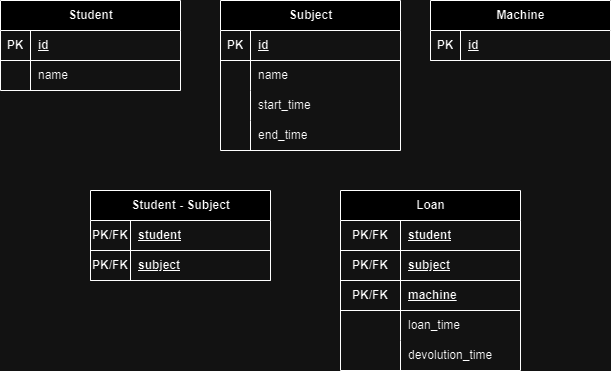
olucascruz/control_equip keeps this draw.io diagram as docs/modeloRelacional.drawio.png. Above is the earlier version. Source tidied: cells renumbered, new cells last; positions are measured from the earlier drawing's top-left corner, leaving out a move shared by most shapes. The source it was exported from:
```xml
<mxGraphModel>
  <root>
    <mxCell id="0" />
    <mxCell id="1" parent="0" />
    <mxCell id="2" value="Student" style="shape=table;startSize=30;rowLines=0;fontStyle=1;align=center;html=1;" parent="1" vertex="1">
      <mxGeometry width="180" height="90" as="geometry" />
    </mxCell>
    <mxCell id="3" style="shape=tableRow;horizontal=0;startSize=0;swimlaneHead=0;swimlaneBody=0;fillColor=none;top=0;left=0;right=0;bottom=1;" parent="2" vertex="1">
      <mxGeometry y="30" width="180" height="30" as="geometry" />
    </mxCell>
    <mxCell id="4" value="PK" style="shape=partialRectangle;fillColor=none;top=0;left=0;bottom=0;right=0;fontStyle=1;overflow=hidden;whiteSpace=wrap;html=1;" parent="3" vertex="1">
      <mxGeometry width="30" height="30" as="geometry" />
    </mxCell>
    <mxCell id="5" value="id" style="shape=partialRectangle;fillColor=none;top=0;left=0;bottom=0;right=0;align=left;spacingLeft=6;fontStyle=5;overflow=hidden;whiteSpace=wrap;html=1;" parent="3" vertex="1">
      <mxGeometry x="30" width="150" height="30" as="geometry" />
    </mxCell>
    <mxCell id="6" style="shape=tableRow;horizontal=0;startSize=0;swimlaneHead=0;swimlaneBody=0;fillColor=none;top=0;left=0;right=0;bottom=0;" parent="2" vertex="1">
      <mxGeometry y="60" width="180" height="30" as="geometry" />
    </mxCell>
    <mxCell id="7" style="shape=partialRectangle;fillColor=none;top=0;left=0;bottom=0;right=0;overflow=hidden;whiteSpace=wrap;html=1;" parent="6" vertex="1">
      <mxGeometry width="30" height="30" as="geometry" />
    </mxCell>
    <mxCell id="8" value="name" style="shape=partialRectangle;fillColor=none;top=0;left=0;bottom=0;right=0;align=left;spacingLeft=6;overflow=hidden;whiteSpace=wrap;html=1;" parent="6" vertex="1">
      <mxGeometry x="30" width="150" height="30" as="geometry" />
    </mxCell>
    <mxCell id="9" value="Subject" style="shape=table;startSize=30;rowLines=0;fontStyle=1;align=center;html=1;" parent="1" vertex="1">
      <mxGeometry x="220" width="180" height="150" as="geometry" />
    </mxCell>
    <mxCell id="10" style="shape=tableRow;horizontal=0;startSize=0;swimlaneHead=0;swimlaneBody=0;fillColor=none;top=0;left=0;right=0;bottom=1;" parent="9" vertex="1">
      <mxGeometry y="30" width="180" height="30" as="geometry" />
    </mxCell>
    <mxCell id="11" value="PK" style="shape=partialRectangle;fillColor=none;top=0;left=0;bottom=0;right=0;fontStyle=1;overflow=hidden;whiteSpace=wrap;html=1;" parent="10" vertex="1">
      <mxGeometry width="30" height="30" as="geometry" />
    </mxCell>
    <mxCell id="12" value="id" style="shape=partialRectangle;fillColor=none;top=0;left=0;bottom=0;right=0;align=left;spacingLeft=6;fontStyle=5;overflow=hidden;whiteSpace=wrap;html=1;" parent="10" vertex="1">
      <mxGeometry x="30" width="150" height="30" as="geometry" />
    </mxCell>
    <mxCell id="13" style="shape=tableRow;horizontal=0;startSize=0;swimlaneHead=0;swimlaneBody=0;fillColor=none;top=0;left=0;right=0;bottom=0;" parent="9" vertex="1">
      <mxGeometry y="60" width="180" height="30" as="geometry" />
    </mxCell>
    <mxCell id="14" style="shape=partialRectangle;fillColor=none;top=0;left=0;bottom=0;right=0;overflow=hidden;whiteSpace=wrap;html=1;" parent="13" vertex="1">
      <mxGeometry width="30" height="30" as="geometry" />
    </mxCell>
    <mxCell id="15" value="name" style="shape=partialRectangle;fillColor=none;top=0;left=0;bottom=0;right=0;align=left;spacingLeft=6;overflow=hidden;whiteSpace=wrap;html=1;" parent="13" vertex="1">
      <mxGeometry x="30" width="150" height="30" as="geometry" />
    </mxCell>
    <mxCell id="16" style="shape=tableRow;horizontal=0;startSize=0;swimlaneHead=0;swimlaneBody=0;fillColor=none;top=0;left=0;right=0;bottom=0;" parent="9" vertex="1">
      <mxGeometry y="90" width="180" height="30" as="geometry" />
    </mxCell>
    <mxCell id="17" style="shape=partialRectangle;fillColor=none;top=0;left=0;bottom=0;right=0;overflow=hidden;whiteSpace=wrap;html=1;" parent="16" vertex="1">
      <mxGeometry width="30" height="30" as="geometry" />
    </mxCell>
    <mxCell id="18" value="start_time" style="shape=partialRectangle;fillColor=none;top=0;left=0;bottom=0;right=0;align=left;spacingLeft=6;overflow=hidden;whiteSpace=wrap;html=1;" parent="16" vertex="1">
      <mxGeometry x="30" width="150" height="30" as="geometry" />
    </mxCell>
    <mxCell id="19" style="shape=tableRow;horizontal=0;startSize=0;swimlaneHead=0;swimlaneBody=0;fillColor=none;top=0;left=0;right=0;bottom=0;" parent="9" vertex="1">
      <mxGeometry y="120" width="180" height="30" as="geometry" />
    </mxCell>
    <mxCell id="20" style="shape=partialRectangle;fillColor=none;top=0;left=0;bottom=0;right=0;overflow=hidden;whiteSpace=wrap;html=1;" parent="19" vertex="1">
      <mxGeometry width="30" height="30" as="geometry" />
    </mxCell>
    <mxCell id="21" value="end_time" style="shape=partialRectangle;fillColor=none;top=0;left=0;bottom=0;right=0;align=left;spacingLeft=6;overflow=hidden;whiteSpace=wrap;html=1;" parent="19" vertex="1">
      <mxGeometry x="30" width="150" height="30" as="geometry" />
    </mxCell>
    <mxCell id="22" value="Machine" style="shape=table;startSize=30;rowLines=0;fontStyle=1;align=center;html=1;" parent="1" vertex="1">
      <mxGeometry x="430" width="180" height="60" as="geometry" />
    </mxCell>
    <mxCell id="23" style="shape=tableRow;horizontal=0;startSize=0;swimlaneHead=0;swimlaneBody=0;fillColor=none;top=0;left=0;right=0;bottom=1;" parent="22" vertex="1">
      <mxGeometry y="30" width="180" height="30" as="geometry" />
    </mxCell>
    <mxCell id="24" value="PK" style="shape=partialRectangle;fillColor=none;top=0;left=0;bottom=0;right=0;fontStyle=1;overflow=hidden;whiteSpace=wrap;html=1;" parent="23" vertex="1">
      <mxGeometry width="30" height="30" as="geometry" />
    </mxCell>
    <mxCell id="25" value="id" style="shape=partialRectangle;fillColor=none;top=0;left=0;bottom=0;right=0;align=left;spacingLeft=6;fontStyle=5;overflow=hidden;whiteSpace=wrap;html=1;" parent="23" vertex="1">
      <mxGeometry x="30" width="150" height="30" as="geometry" />
    </mxCell>
    <mxCell id="26" value="Student - Subject" style="shape=table;startSize=30;rowLines=0;fontStyle=1;align=center;html=1;" parent="1" vertex="1">
      <mxGeometry x="90" y="190" width="180" height="90" as="geometry" />
    </mxCell>
    <mxCell id="27" style="shape=tableRow;horizontal=0;startSize=0;swimlaneHead=0;swimlaneBody=0;fillColor=none;top=0;left=0;right=0;bottom=1;" parent="26" vertex="1">
      <mxGeometry y="30" width="180" height="30" as="geometry" />
    </mxCell>
    <mxCell id="28" value="PK/FK" style="shape=partialRectangle;fillColor=none;top=0;left=0;bottom=0;right=0;fontStyle=1;overflow=hidden;whiteSpace=wrap;html=1;" parent="27" vertex="1">
      <mxGeometry width="40" height="30" as="geometry" />
    </mxCell>
    <mxCell id="29" value="student" style="shape=partialRectangle;fillColor=none;top=0;left=0;bottom=0;right=0;align=left;spacingLeft=6;fontStyle=5;overflow=hidden;whiteSpace=wrap;html=1;" parent="27" vertex="1">
      <mxGeometry x="40" width="140" height="30" as="geometry" />
    </mxCell>
    <mxCell id="30" style="shape=tableRow;horizontal=0;startSize=0;swimlaneHead=0;swimlaneBody=0;fillColor=none;top=0;left=0;right=0;bottom=1;" parent="26" vertex="1">
      <mxGeometry y="60" width="180" height="30" as="geometry" />
    </mxCell>
    <mxCell id="31" value="PK/FK" style="shape=partialRectangle;fillColor=none;top=0;left=0;bottom=0;right=0;fontStyle=1;overflow=hidden;whiteSpace=wrap;html=1;" parent="30" vertex="1">
      <mxGeometry width="40" height="30" as="geometry" />
    </mxCell>
    <mxCell id="32" value="subject" style="shape=partialRectangle;fillColor=none;top=0;left=0;bottom=0;right=0;align=left;spacingLeft=6;fontStyle=5;overflow=hidden;whiteSpace=wrap;html=1;" parent="30" vertex="1">
      <mxGeometry x="40" width="140" height="30" as="geometry" />
    </mxCell>
    <mxCell id="33" value="Loan" style="shape=table;startSize=30;rowLines=0;fontStyle=1;align=center;html=1;" parent="1" vertex="1">
      <mxGeometry x="340" y="190" width="180" height="180" as="geometry" />
    </mxCell>
    <mxCell id="34" style="shape=tableRow;horizontal=0;startSize=0;swimlaneHead=0;swimlaneBody=0;fillColor=none;top=0;left=0;right=0;bottom=1;" parent="33" vertex="1">
      <mxGeometry y="30" width="180" height="30" as="geometry" />
    </mxCell>
    <mxCell id="35" value="PK/FK" style="shape=partialRectangle;fillColor=none;top=0;left=0;bottom=0;right=0;fontStyle=1;overflow=hidden;whiteSpace=wrap;html=1;" parent="34" vertex="1">
      <mxGeometry width="60" height="30" as="geometry" />
    </mxCell>
    <mxCell id="36" value="student" style="shape=partialRectangle;fillColor=none;top=0;left=0;bottom=0;right=0;align=left;spacingLeft=6;fontStyle=5;overflow=hidden;whiteSpace=wrap;html=1;" parent="34" vertex="1">
      <mxGeometry x="60" width="120" height="30" as="geometry" />
    </mxCell>
    <mxCell id="37" style="shape=tableRow;horizontal=0;startSize=0;swimlaneHead=0;swimlaneBody=0;fillColor=none;top=0;left=0;right=0;bottom=1;" parent="33" vertex="1">
      <mxGeometry y="60" width="180" height="30" as="geometry" />
    </mxCell>
    <mxCell id="38" value="PK/FK" style="shape=partialRectangle;fillColor=none;top=0;left=0;bottom=0;right=0;fontStyle=1;overflow=hidden;whiteSpace=wrap;html=1;" parent="37" vertex="1">
      <mxGeometry width="60" height="30" as="geometry" />
    </mxCell>
    <mxCell id="39" value="subject" style="shape=partialRectangle;fillColor=none;top=0;left=0;bottom=0;right=0;align=left;spacingLeft=6;fontStyle=5;overflow=hidden;whiteSpace=wrap;html=1;" parent="37" vertex="1">
      <mxGeometry x="60" width="120" height="30" as="geometry" />
    </mxCell>
    <mxCell id="40" style="shape=tableRow;horizontal=0;startSize=0;swimlaneHead=0;swimlaneBody=0;fillColor=none;top=0;left=0;right=0;bottom=1;" parent="33" vertex="1">
      <mxGeometry y="90" width="180" height="30" as="geometry" />
    </mxCell>
    <mxCell id="41" value="PK/FK" style="shape=partialRectangle;fillColor=none;top=0;left=0;bottom=0;right=0;fontStyle=1;overflow=hidden;whiteSpace=wrap;html=1;" parent="40" vertex="1">
      <mxGeometry width="60" height="30" as="geometry" />
    </mxCell>
    <mxCell id="42" value="machine" style="shape=partialRectangle;fillColor=none;top=0;left=0;bottom=0;right=0;align=left;spacingLeft=6;fontStyle=5;overflow=hidden;whiteSpace=wrap;html=1;" parent="40" vertex="1">
      <mxGeometry x="60" width="120" height="30" as="geometry" />
    </mxCell>
    <mxCell id="43" style="shape=tableRow;horizontal=0;startSize=0;swimlaneHead=0;swimlaneBody=0;fillColor=none;top=0;left=0;right=0;bottom=0;" parent="33" vertex="1">
      <mxGeometry y="120" width="180" height="30" as="geometry" />
    </mxCell>
    <mxCell id="44" style="shape=partialRectangle;fillColor=none;top=0;left=0;bottom=0;right=0;overflow=hidden;whiteSpace=wrap;html=1;" parent="43" vertex="1">
      <mxGeometry width="60" height="30" as="geometry" />
    </mxCell>
    <mxCell id="45" value="loan_time" style="shape=partialRectangle;fillColor=none;top=0;left=0;bottom=0;right=0;align=left;spacingLeft=6;overflow=hidden;whiteSpace=wrap;html=1;" parent="43" vertex="1">
      <mxGeometry x="60" width="120" height="30" as="geometry" />
    </mxCell>
    <mxCell id="46" style="shape=tableRow;horizontal=0;startSize=0;swimlaneHead=0;swimlaneBody=0;fillColor=none;top=0;left=0;right=0;bottom=0;" parent="33" vertex="1">
      <mxGeometry y="150" width="180" height="30" as="geometry" />
    </mxCell>
    <mxCell id="47" style="shape=partialRectangle;fillColor=none;top=0;left=0;bottom=0;right=0;overflow=hidden;whiteSpace=wrap;html=1;" parent="46" vertex="1">
      <mxGeometry width="60" height="30" as="geometry" />
    </mxCell>
    <mxCell id="48" value="devolution_time" style="shape=partialRectangle;fillColor=none;top=0;left=0;bottom=0;right=0;align=left;spacingLeft=6;overflow=hidden;whiteSpace=wrap;html=1;" parent="46" vertex="1">
      <mxGeometry x="60" width="120" height="30" as="geometry" />
    </mxCell>
  </root>
</mxGraphModel>
```
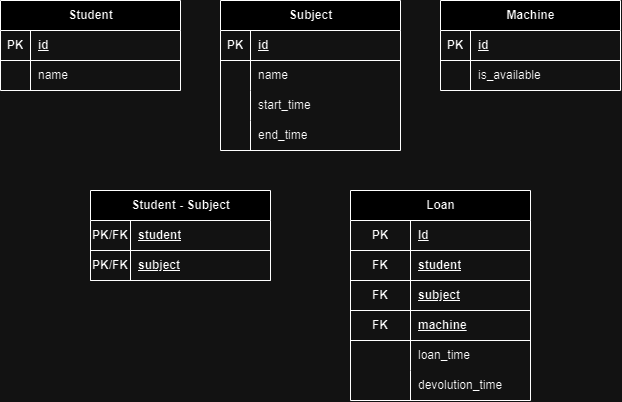
After the change.

Diff of the diagram source:
```diff
@@ -62,18 +62,6 @@
     <mxCell id="21" value="end_time" style="shape=partialRectangle;fillColor=none;top=0;left=0;bottom=0;right=0;align=left;spacingLeft=6;overflow=hidden;whiteSpace=wrap;html=1;" parent="19" vertex="1">
       <mxGeometry x="30" width="150" height="30" as="geometry" />
     </mxCell>
-    <mxCell id="22" value="Machine" style="shape=table;startSize=30;rowLines=0;fontStyle=1;align=center;html=1;" parent="1" vertex="1">
-      <mxGeometry x="430" width="180" height="60" as="geometry" />
-    </mxCell>
-    <mxCell id="23" style="shape=tableRow;horizontal=0;startSize=0;swimlaneHead=0;swimlaneBody=0;fillColor=none;top=0;left=0;right=0;bottom=1;" parent="22" vertex="1">
-      <mxGeometry y="30" width="180" height="30" as="geometry" />
-    </mxCell>
-    <mxCell id="24" value="PK" style="shape=partialRectangle;fillColor=none;top=0;left=0;bottom=0;right=0;fontStyle=1;overflow=hidden;whiteSpace=wrap;html=1;" parent="23" vertex="1">
-      <mxGeometry width="30" height="30" as="geometry" />
-    </mxCell>
-    <mxCell id="25" value="id" style="shape=partialRectangle;fillColor=none;top=0;left=0;bottom=0;right=0;align=left;spacingLeft=6;fontStyle=5;overflow=hidden;whiteSpace=wrap;html=1;" parent="23" vertex="1">
-      <mxGeometry x="30" width="150" height="30" as="geometry" />
-    </mxCell>
     <mxCell id="26" value="Student - Subject" style="shape=table;startSize=30;rowLines=0;fontStyle=1;align=center;html=1;" parent="1" vertex="1">
       <mxGeometry x="90" y="190" width="180" height="90" as="geometry" />
     </mxCell>
@@ -95,38 +83,68 @@
     <mxCell id="32" value="subject" style="shape=partialRectangle;fillColor=none;top=0;left=0;bottom=0;right=0;align=left;spacingLeft=6;fontStyle=5;overflow=hidden;whiteSpace=wrap;html=1;" parent="30" vertex="1">
       <mxGeometry x="40" width="140" height="30" as="geometry" />
     </mxCell>
+    <mxCell id="22" value="Machine" style="shape=table;startSize=30;rowLines=0;fontStyle=1;align=center;html=1;" parent="1" vertex="1">
+      <mxGeometry x="440" width="180" height="90" as="geometry" />
+    </mxCell>
+    <mxCell id="23" style="shape=tableRow;horizontal=0;startSize=0;swimlaneHead=0;swimlaneBody=0;fillColor=none;top=0;left=0;right=0;bottom=1;" parent="22" vertex="1">
+      <mxGeometry y="30" width="180" height="30" as="geometry" />
+    </mxCell>
+    <mxCell id="24" value="PK" style="shape=partialRectangle;fillColor=none;top=0;left=0;bottom=0;right=0;fontStyle=1;overflow=hidden;whiteSpace=wrap;html=1;" parent="23" vertex="1">
+      <mxGeometry width="30" height="30" as="geometry" />
+    </mxCell>
+    <mxCell id="25" value="id" style="shape=partialRectangle;fillColor=none;top=0;left=0;bottom=0;right=0;align=left;spacingLeft=6;fontStyle=5;overflow=hidden;whiteSpace=wrap;html=1;" parent="23" vertex="1">
+      <mxGeometry x="30" width="150" height="30" as="geometry" />
+    </mxCell>
+    <mxCell id="49" style="shape=tableRow;horizontal=0;startSize=0;swimlaneHead=0;swimlaneBody=0;fillColor=none;top=0;left=0;right=0;bottom=0;" parent="22" vertex="1">
+      <mxGeometry y="60" width="180" height="30" as="geometry" />
+    </mxCell>
+    <mxCell id="50" style="shape=partialRectangle;fillColor=none;top=0;left=0;bottom=0;right=0;overflow=hidden;whiteSpace=wrap;html=1;" parent="49" vertex="1">
+      <mxGeometry width="30" height="30" as="geometry" />
+    </mxCell>
+    <mxCell id="51" value="is_available" style="shape=partialRectangle;fillColor=none;top=0;left=0;bottom=0;right=0;align=left;spacingLeft=6;overflow=hidden;whiteSpace=wrap;html=1;" parent="49" vertex="1">
+      <mxGeometry x="30" width="150" height="30" as="geometry" />
+    </mxCell>
     <mxCell id="33" value="Loan" style="shape=table;startSize=30;rowLines=0;fontStyle=1;align=center;html=1;" parent="1" vertex="1">
-      <mxGeometry x="340" y="190" width="180" height="180" as="geometry" />
+      <mxGeometry x="350" y="190" width="180" height="210" as="geometry" />
     </mxCell>
     <mxCell id="34" style="shape=tableRow;horizontal=0;startSize=0;swimlaneHead=0;swimlaneBody=0;fillColor=none;top=0;left=0;right=0;bottom=1;" parent="33" vertex="1">
       <mxGeometry y="30" width="180" height="30" as="geometry" />
     </mxCell>
-    <mxCell id="35" value="PK/FK" style="shape=partialRectangle;fillColor=none;top=0;left=0;bottom=0;right=0;fontStyle=1;overflow=hidden;whiteSpace=wrap;html=1;" parent="34" vertex="1">
+    <mxCell id="35" value="PK" style="shape=partialRectangle;fillColor=none;top=0;left=0;bottom=0;right=0;fontStyle=1;overflow=hidden;whiteSpace=wrap;html=1;" parent="34" vertex="1">
       <mxGeometry width="60" height="30" as="geometry" />
     </mxCell>
-    <mxCell id="36" value="student" style="shape=partialRectangle;fillColor=none;top=0;left=0;bottom=0;right=0;align=left;spacingLeft=6;fontStyle=5;overflow=hidden;whiteSpace=wrap;html=1;" parent="34" vertex="1">
+    <mxCell id="36" value="Id" style="shape=partialRectangle;fillColor=none;top=0;left=0;bottom=0;right=0;align=left;spacingLeft=6;fontStyle=5;overflow=hidden;whiteSpace=wrap;html=1;" parent="34" vertex="1">
       <mxGeometry x="60" width="120" height="30" as="geometry" />
     </mxCell>
+    <mxCell id="52" style="shape=tableRow;horizontal=0;startSize=0;swimlaneHead=0;swimlaneBody=0;fillColor=none;top=0;left=0;right=0;bottom=1;" parent="33" vertex="1">
+      <mxGeometry y="60" width="180" height="30" as="geometry" />
+    </mxCell>
+    <mxCell id="53" value="FK" style="shape=partialRectangle;fillColor=none;top=0;left=0;bottom=0;right=0;fontStyle=1;overflow=hidden;whiteSpace=wrap;html=1;" parent="52" vertex="1">
+      <mxGeometry width="60" height="30" as="geometry" />
+    </mxCell>
+    <mxCell id="54" value="student" style="shape=partialRectangle;fillColor=none;top=0;left=0;bottom=0;right=0;align=left;spacingLeft=6;fontStyle=5;overflow=hidden;whiteSpace=wrap;html=1;" parent="52" vertex="1">
+      <mxGeometry x="60" width="120" height="30" as="geometry" />
+    </mxCell>
     <mxCell id="37" style="shape=tableRow;horizontal=0;startSize=0;swimlaneHead=0;swimlaneBody=0;fillColor=none;top=0;left=0;right=0;bottom=1;" parent="33" vertex="1">
-      <mxGeometry y="60" width="180" height="30" as="geometry" />
+      <mxGeometry y="90" width="180" height="30" as="geometry" />
     </mxCell>
-    <mxCell id="38" value="PK/FK" style="shape=partialRectangle;fillColor=none;top=0;left=0;bottom=0;right=0;fontStyle=1;overflow=hidden;whiteSpace=wrap;html=1;" parent="37" vertex="1">
+    <mxCell id="38" value="FK" style="shape=partialRectangle;fillColor=none;top=0;left=0;bottom=0;right=0;fontStyle=1;overflow=hidden;whiteSpace=wrap;html=1;" parent="37" vertex="1">
       <mxGeometry width="60" height="30" as="geometry" />
     </mxCell>
     <mxCell id="39" value="subject" style="shape=partialRectangle;fillColor=none;top=0;left=0;bottom=0;right=0;align=left;spacingLeft=6;fontStyle=5;overflow=hidden;whiteSpace=wrap;html=1;" parent="37" vertex="1">
       <mxGeometry x="60" width="120" height="30" as="geometry" />
     </mxCell>
     <mxCell id="40" style="shape=tableRow;horizontal=0;startSize=0;swimlaneHead=0;swimlaneBody=0;fillColor=none;top=0;left=0;right=0;bottom=1;" parent="33" vertex="1">
-      <mxGeometry y="90" width="180" height="30" as="geometry" />
+      <mxGeometry y="120" width="180" height="30" as="geometry" />
     </mxCell>
-    <mxCell id="41" value="PK/FK" style="shape=partialRectangle;fillColor=none;top=0;left=0;bottom=0;right=0;fontStyle=1;overflow=hidden;whiteSpace=wrap;html=1;" parent="40" vertex="1">
+    <mxCell id="41" value="FK" style="shape=partialRectangle;fillColor=none;top=0;left=0;bottom=0;right=0;fontStyle=1;overflow=hidden;whiteSpace=wrap;html=1;" parent="40" vertex="1">
       <mxGeometry width="60" height="30" as="geometry" />
     </mxCell>
     <mxCell id="42" value="machine" style="shape=partialRectangle;fillColor=none;top=0;left=0;bottom=0;right=0;align=left;spacingLeft=6;fontStyle=5;overflow=hidden;whiteSpace=wrap;html=1;" parent="40" vertex="1">
       <mxGeometry x="60" width="120" height="30" as="geometry" />
     </mxCell>
     <mxCell id="43" style="shape=tableRow;horizontal=0;startSize=0;swimlaneHead=0;swimlaneBody=0;fillColor=none;top=0;left=0;right=0;bottom=0;" parent="33" vertex="1">
-      <mxGeometry y="120" width="180" height="30" as="geometry" />
+      <mxGeometry y="150" width="180" height="30" as="geometry" />
     </mxCell>
     <mxCell id="44" style="shape=partialRectangle;fillColor=none;top=0;left=0;bottom=0;right=0;overflow=hidden;whiteSpace=wrap;html=1;" parent="43" vertex="1">
       <mxGeometry width="60" height="30" as="geometry" />
@@ -135,7 +153,7 @@
       <mxGeometry x="60" width="120" height="30" as="geometry" />
     </mxCell>
     <mxCell id="46" style="shape=tableRow;horizontal=0;startSize=0;swimlaneHead=0;swimlaneBody=0;fillColor=none;top=0;left=0;right=0;bottom=0;" parent="33" vertex="1">
-      <mxGeometry y="150" width="180" height="30" as="geometry" />
+      <mxGeometry y="180" width="180" height="30" as="geometry" />
     </mxCell>
     <mxCell id="47" style="shape=partialRectangle;fillColor=none;top=0;left=0;bottom=0;right=0;overflow=hidden;whiteSpace=wrap;html=1;" parent="46" vertex="1">
       <mxGeometry width="60" height="30" as="geometry" />
```
